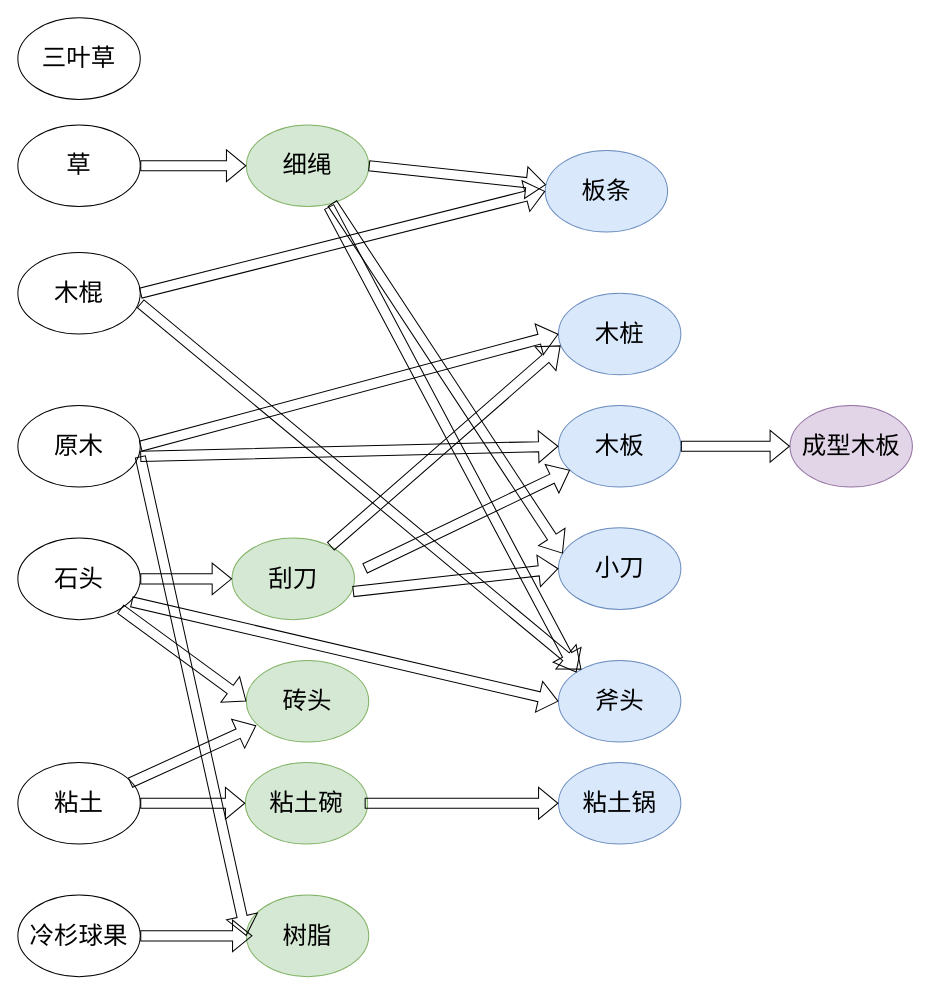
Earlier version of the draw.io diagram page "Magicabin" (2 of 3) of ProductionChain.drawio (fanyixin0428/towerdefencegame). Source tidied: cells renumbered, new cells numbered last; positions are measured from the earlier drawing's top-left corner, leaving out a move shared by most shapes. Both pictures are drawn from the tidied source at 102%, with x=0, y=0 at pixel (17, 17).
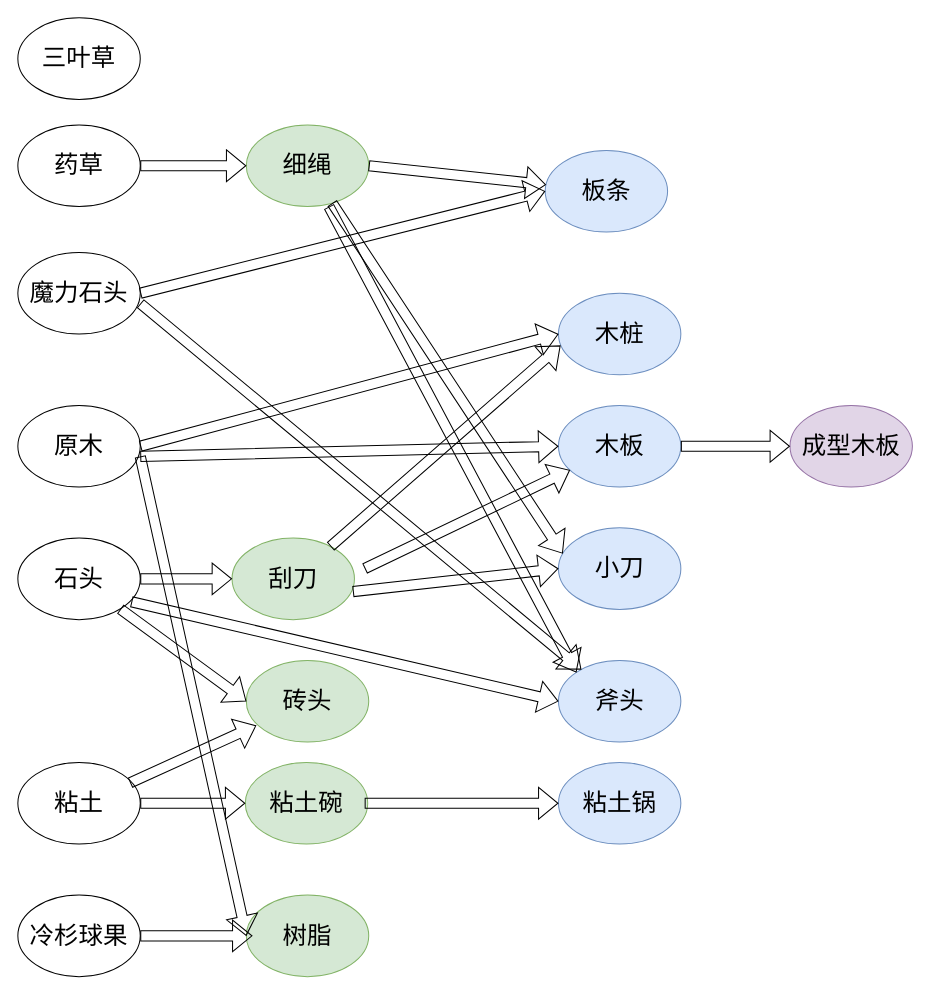
After the change.

Change to the diagram source:
```diff
@@
-    <mxCell id="2" value="&lt;font style=&quot;font-size: 24px&quot;&gt;草&lt;/font&gt;" style="ellipse;whiteSpace=wrap;html=1;" parent="1" vertex="1">
+    <mxCell id="2" value="&lt;font style=&quot;font-size: 24px&quot;&gt;药草&lt;/font&gt;" style="ellipse;whiteSpace=wrap;html=1;" parent="1" vertex="1">
       <mxGeometry y="105" width="120" height="80" as="geometry" />
     </mxCell>
@@
-    <mxCell id="4" value="&lt;span style=&quot;font-size: 24px&quot;&gt;木棍&lt;/span&gt;" style="ellipse;whiteSpace=wrap;html=1;" parent="1" vertex="1">
+    <mxCell id="4" value="&lt;span style=&quot;font-size: 24px&quot;&gt;魔力石头&lt;/span&gt;" style="ellipse;whiteSpace=wrap;html=1;" parent="1" vertex="1">
       <mxGeometry y="230" width="120" height="80" as="geometry" />
     </mxCell>
```
